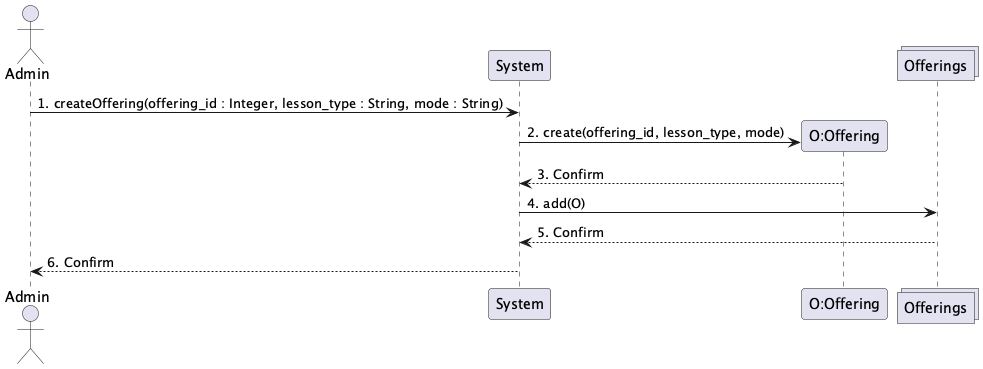
Before: UML-Diagrams/Interaction/Admin-Interaction-Diagrams.png, a diagram exported from PlantUML (vibqetowi/soen-342-project).
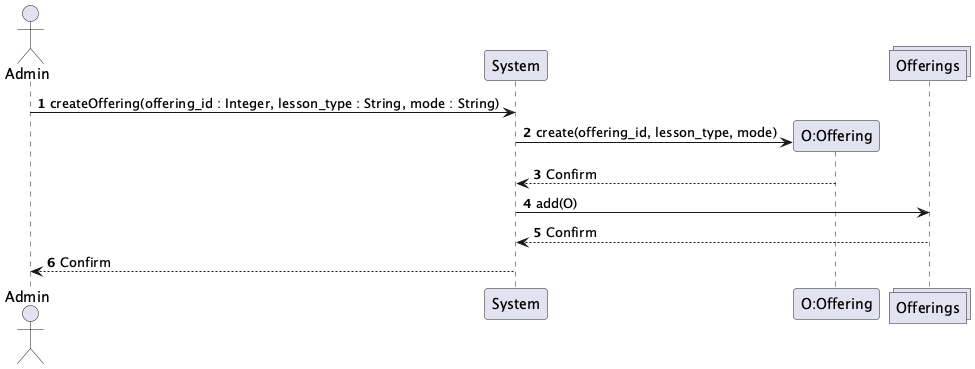
After the commit.

Change to the diagram source:
```diff
@@ -3,12 +3,13 @@
 participant System
 participant "O:Offering"
 collections Offerings
+autonumber
 
-Admin -> System : 1. createOffering(offering_id : Integer, lesson_type : String, mode : String)
-System -> "O:Offering" ** : 2. create(offering_id, lesson_type, mode)
-"O:Offering" --> System : 3. Confirm
-System -> Offerings : 4. add(O)
-Offerings --> System : 5. Confirm
-System --> Admin : 6. Confirm
+Admin -> System : createOffering(offering_id : Integer, lesson_type : String, mode : String)
+System -> "O:Offering" ** : create(offering_id, lesson_type, mode)
+"O:Offering" --> System : Confirm
+System -> Offerings : add(O)
+Offerings --> System : Confirm
+System --> Admin : Confirm
 
 @enduml
```
